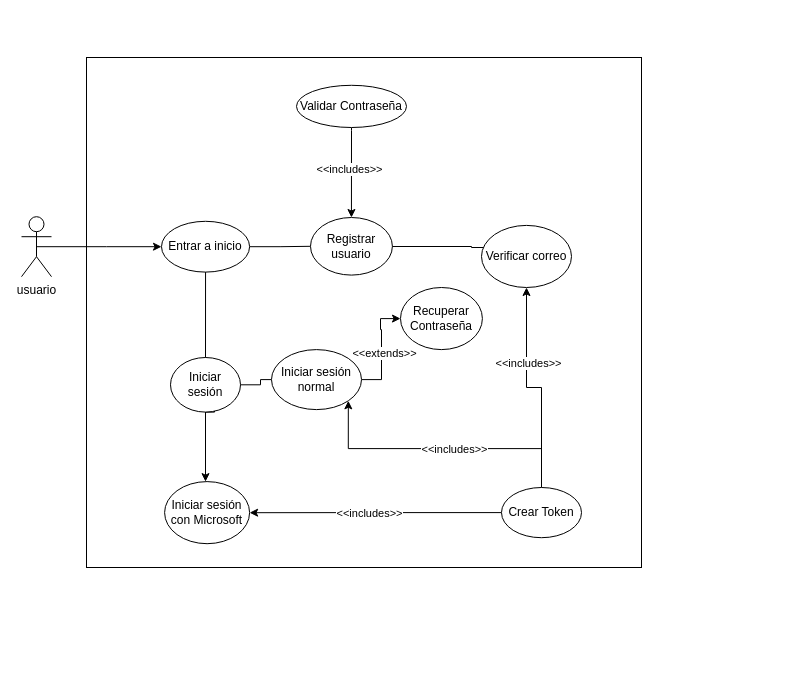
The draw.io diagram Diagrama sin título.drawio in e1mais/UC-uni-space, before the edit. Source tidied: cells renumbered, new cells numbered last; positions are measured from the earlier drawing's top-left corner, leaving out a move shared by most shapes. Both pictures are drawn from the tidied source at 100%, with x=0, y=0 at pixel (21, 17).
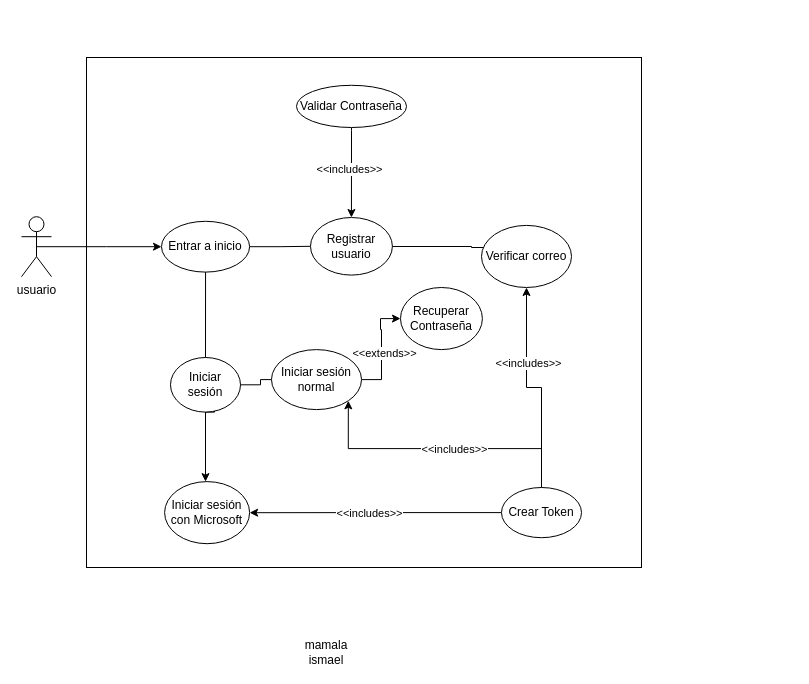
After the change.

The change refers to these unchanged cells:
```xml
<mxCell id="2" style="group;" parent="1" vertex="1">
  <mxGeometry x="50" width="720" height="649.7" as="geometry" />
</mxCell>
```

Diff of the diagram source:
```diff
@@
+    <mxCell id="31" value="mamala ismael" style="text;html=1;align=center;verticalAlign=middle;whiteSpace=wrap;rounded=0;" parent="2" vertex="1">
+      <mxGeometry x="225" y="619.7" width="60" height="30" as="geometry" />
+    </mxCell>
```
